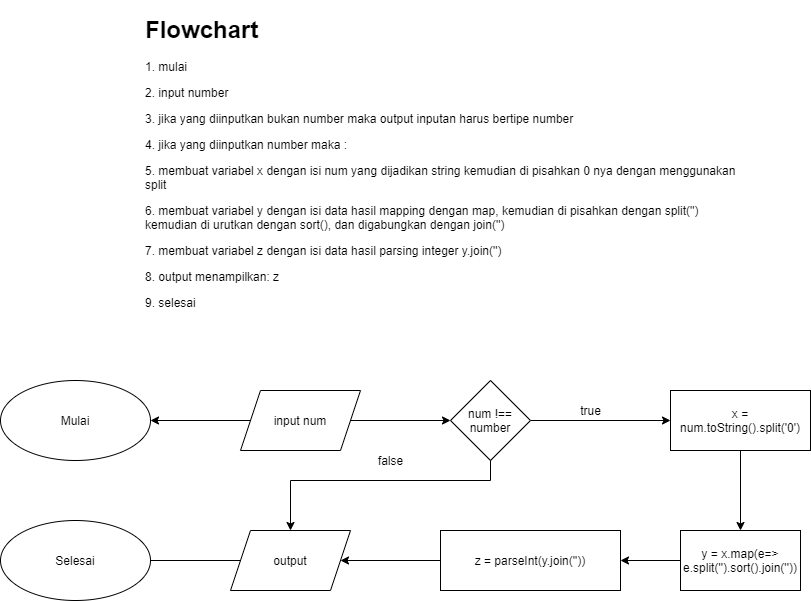
Earlier version of the draw.io export Implementasi-Code/divideandsort/flowchart divideAndSort.png (hasbiak/Introduction-Javascript). Source tidied: cells renumbered, new cells last; positions are measured from the earlier drawing's top-left corner, leaving out a move shared by most shapes. Its diagram source:
```xml
<mxGraphModel>
  <root>
    <mxCell id="0" />
    <mxCell id="1" parent="0" />
    <mxCell id="2" style="edgeStyle=orthogonalEdgeStyle;rounded=0;jettySize=auto;html=1;" parent="1" edge="1" source="4" target="7">
      <mxGeometry relative="1" as="geometry" />
    </mxCell>
    <mxCell id="3" style="edgeStyle=orthogonalEdgeStyle;rounded=0;jettySize=auto;html=1;" parent="1" edge="1" source="4" target="19">
      <mxGeometry relative="1" as="geometry" />
    </mxCell>
    <mxCell id="4" value="input num" style="shape=parallelogram;perimeter=parallelogramPerimeter;whiteSpace=wrap;html=1;fixedSize=1;" parent="1" vertex="1">
      <mxGeometry x="240" y="380" width="120" height="60" as="geometry" />
    </mxCell>
    <mxCell id="5" style="edgeStyle=orthogonalEdgeStyle;rounded=0;jettySize=auto;html=1;exitX=0.5;exitY=0;exitDx=0;exitDy=0;entryX=0.5;entryY=0;entryDx=0;entryDy=0;" parent="1" edge="1" source="7" target="17">
      <mxGeometry relative="1" as="geometry">
        <Array as="points">
          <mxPoint x="490" y="470" />
          <mxPoint x="290" y="470" />
        </Array>
      </mxGeometry>
    </mxCell>
    <mxCell id="6" style="edgeStyle=orthogonalEdgeStyle;rounded=0;jettySize=auto;html=1;" parent="1" edge="1" source="7" target="9">
      <mxGeometry relative="1" as="geometry" />
    </mxCell>
    <mxCell id="7" value="num !== number" style="rhombus;whiteSpace=wrap;html=1;" parent="1" vertex="1">
      <mxGeometry x="450" y="370" width="80" height="80" as="geometry" />
    </mxCell>
    <mxCell id="8" style="edgeStyle=orthogonalEdgeStyle;rounded=0;jettySize=auto;html=1;" parent="1" edge="1" source="9" target="11">
      <mxGeometry relative="1" as="geometry" />
    </mxCell>
    <mxCell id="9" value="x = num.toString().split('0')" style="rounded=0;whiteSpace=wrap;html=1;" parent="1" vertex="1">
      <mxGeometry x="670" y="380" width="140" height="60" as="geometry" />
    </mxCell>
    <mxCell id="10" style="edgeStyle=orthogonalEdgeStyle;rounded=0;jettySize=auto;html=1;" parent="1" edge="1" source="11" target="13">
      <mxGeometry relative="1" as="geometry" />
    </mxCell>
    <mxCell id="11" value="y = x.map(e=&amp;gt; e.split('').sort().join(''))" style="whiteSpace=wrap;html=1;rounded=0;" parent="1" vertex="1">
      <mxGeometry x="680" y="520" width="120" height="60" as="geometry" />
    </mxCell>
    <mxCell id="12" style="edgeStyle=orthogonalEdgeStyle;rounded=0;jettySize=auto;html=1;" parent="1" edge="1" source="13" target="17">
      <mxGeometry relative="1" as="geometry" />
    </mxCell>
    <mxCell id="13" value="z = parseInt(y.join(''))" style="whiteSpace=wrap;html=1;rounded=0;" parent="1" vertex="1">
      <mxGeometry x="440" y="520" width="180" height="60" as="geometry" />
    </mxCell>
    <mxCell id="14" value="true" style="text;html=1;align=center;verticalAlign=middle;fillColor=none;strokeColor=none;rounded=0;" parent="1" vertex="1">
      <mxGeometry x="570" y="390" width="40" height="20" as="geometry" />
    </mxCell>
    <mxCell id="15" value="false" style="text;html=1;align=center;verticalAlign=middle;fillColor=none;strokeColor=none;rounded=0;" parent="1" vertex="1">
      <mxGeometry x="370" y="440" width="40" height="20" as="geometry" />
    </mxCell>
    <mxCell id="16" style="edgeStyle=orthogonalEdgeStyle;rounded=0;jettySize=auto;html=1;" parent="1" edge="1" source="17">
      <mxGeometry relative="1" as="geometry">
        <mxPoint x="130" y="550" as="targetPoint" />
      </mxGeometry>
    </mxCell>
    <mxCell id="17" value="output" style="shape=parallelogram;perimeter=parallelogramPerimeter;whiteSpace=wrap;html=1;fixedSize=1;" parent="1" vertex="1">
      <mxGeometry x="230" y="520" width="120" height="60" as="geometry" />
    </mxCell>
    <mxCell id="18" value="&lt;h1&gt;Flowchart&lt;/h1&gt;&lt;p&gt;1. mulai&lt;/p&gt;&lt;p&gt;2. input number&lt;/p&gt;&lt;p&gt;3. jika yang diinputkan bukan number maka output inputan harus bertipe number&lt;/p&gt;&lt;p&gt;4. jika yang diinputkan number maka :&lt;/p&gt;&lt;p&gt;5. membuat variabel x dengan isi num yang dijadikan string kemudian di pisahkan 0 nya dengan menggunakan split&lt;/p&gt;&lt;p&gt;6. membuat variabel y dengan isi data hasil mapping dengan map, kemudian di pisahkan dengan split('') kemudian di urutkan dengan sort(), dan digabungkan dengan join('')&lt;/p&gt;&lt;p&gt;7. membuat variabel z dengan isi data hasil parsing integer y.join('')&lt;/p&gt;&lt;p&gt;8. output menampilkan: z&lt;/p&gt;&lt;p&gt;9. selesai&lt;br&gt;&lt;/p&gt;" style="text;html=1;strokeColor=none;fillColor=none;spacing=5;spacingTop=-20;whiteSpace=wrap;overflow=hidden;rounded=0;" parent="1" vertex="1">
      <mxGeometry x="140" width="600" height="310" as="geometry" />
    </mxCell>
    <mxCell id="19" value="Mulai" style="ellipse;whiteSpace=wrap;html=1;" parent="1" vertex="1">
      <mxGeometry y="370" width="150" height="80" as="geometry" />
    </mxCell>
    <mxCell id="20" value="Selesai" style="ellipse;whiteSpace=wrap;html=1;" parent="1" vertex="1">
      <mxGeometry y="510" width="150" height="80" as="geometry" />
    </mxCell>
  </root>
</mxGraphModel>
```
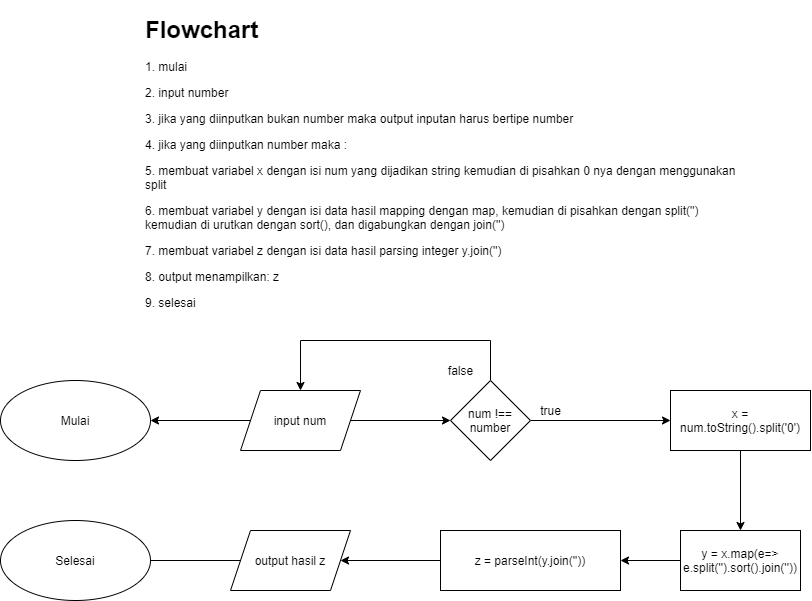
The same file after the commit.

The edit, as a diff of the source:
```diff
@@ -11,17 +11,17 @@
     <mxCell id="4" value="input num" style="shape=parallelogram;perimeter=parallelogramPerimeter;whiteSpace=wrap;html=1;fixedSize=1;" parent="1" vertex="1">
       <mxGeometry x="240" y="380" width="120" height="60" as="geometry" />
     </mxCell>
-    <mxCell id="5" style="edgeStyle=orthogonalEdgeStyle;rounded=0;jettySize=auto;html=1;exitX=0.5;exitY=0;exitDx=0;exitDy=0;entryX=0.5;entryY=0;entryDx=0;entryDy=0;" parent="1" edge="1" source="7" target="17">
-      <mxGeometry relative="1" as="geometry">
-        <Array as="points">
-          <mxPoint x="490" y="470" />
-          <mxPoint x="290" y="470" />
-        </Array>
-      </mxGeometry>
-    </mxCell>
     <mxCell id="6" style="edgeStyle=orthogonalEdgeStyle;rounded=0;jettySize=auto;html=1;" parent="1" edge="1" source="7" target="9">
       <mxGeometry relative="1" as="geometry" />
     </mxCell>
+    <mxCell id="21" style="edgeStyle=orthogonalEdgeStyle;rounded=0;jettySize=auto;html=1;entryX=0.5;entryY=0;entryDx=0;entryDy=0;" parent="1" edge="1" source="7" target="4">
+      <mxGeometry relative="1" as="geometry">
+        <Array as="points">
+          <mxPoint x="490" y="330" />
+          <mxPoint x="300" y="330" />
+        </Array>
+      </mxGeometry>
+    </mxCell>
     <mxCell id="7" value="num !== number" style="rhombus;whiteSpace=wrap;html=1;" parent="1" vertex="1">
       <mxGeometry x="450" y="370" width="80" height="80" as="geometry" />
     </mxCell>
@@ -44,17 +44,17 @@
       <mxGeometry x="440" y="520" width="180" height="60" as="geometry" />
     </mxCell>
     <mxCell id="14" value="true" style="text;html=1;align=center;verticalAlign=middle;fillColor=none;strokeColor=none;rounded=0;" parent="1" vertex="1">
-      <mxGeometry x="570" y="390" width="40" height="20" as="geometry" />
+      <mxGeometry x="530" y="390" width="40" height="20" as="geometry" />
     </mxCell>
     <mxCell id="15" value="false" style="text;html=1;align=center;verticalAlign=middle;fillColor=none;strokeColor=none;rounded=0;" parent="1" vertex="1">
-      <mxGeometry x="370" y="440" width="40" height="20" as="geometry" />
+      <mxGeometry x="440" y="350" width="40" height="20" as="geometry" />
     </mxCell>
     <mxCell id="16" style="edgeStyle=orthogonalEdgeStyle;rounded=0;jettySize=auto;html=1;" parent="1" edge="1" source="17">
       <mxGeometry relative="1" as="geometry">
         <mxPoint x="130" y="550" as="targetPoint" />
       </mxGeometry>
     </mxCell>
-    <mxCell id="17" value="output" style="shape=parallelogram;perimeter=parallelogramPerimeter;whiteSpace=wrap;html=1;fixedSize=1;" parent="1" vertex="1">
+    <mxCell id="17" value="output hasil z" style="shape=parallelogram;perimeter=parallelogramPerimeter;whiteSpace=wrap;html=1;fixedSize=1;" parent="1" vertex="1">
       <mxGeometry x="230" y="520" width="120" height="60" as="geometry" />
     </mxCell>
     <mxCell id="18" value="&lt;h1&gt;Flowchart&lt;/h1&gt;&lt;p&gt;1. mulai&lt;/p&gt;&lt;p&gt;2. input number&lt;/p&gt;&lt;p&gt;3. jika yang diinputkan bukan number maka output inputan harus bertipe number&lt;/p&gt;&lt;p&gt;4. jika yang diinputkan number maka :&lt;/p&gt;&lt;p&gt;5. membuat variabel x dengan isi num yang dijadikan string kemudian di pisahkan 0 nya dengan menggunakan split&lt;/p&gt;&lt;p&gt;6. membuat variabel y dengan isi data hasil mapping dengan map, kemudian di pisahkan dengan split('') kemudian di urutkan dengan sort(), dan digabungkan dengan join('')&lt;/p&gt;&lt;p&gt;7. membuat variabel z dengan isi data hasil parsing integer y.join('')&lt;/p&gt;&lt;p&gt;8. output menampilkan: z&lt;/p&gt;&lt;p&gt;9. selesai&lt;br&gt;&lt;/p&gt;" style="text;html=1;strokeColor=none;fillColor=none;spacing=5;spacingTop=-20;whiteSpace=wrap;overflow=hidden;rounded=0;" parent="1" vertex="1">
```
